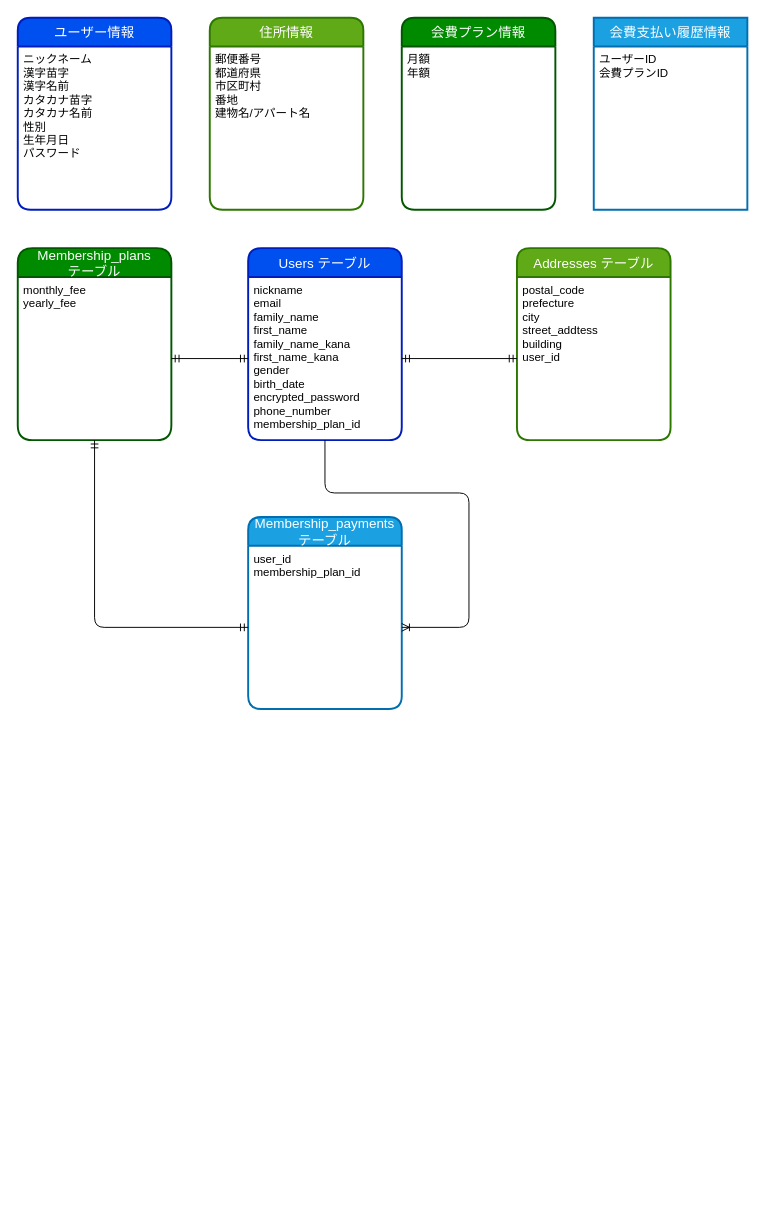
The draw.io diagram er.dio in ta-design2021/uh-fanclub, before the edit. Source tidied: cells renumbered, new cells numbered last; positions are measured from the earlier drawing's top-left corner, leaving out a move shared by most shapes. Both pictures are drawn from the tidied source at 96%, with x=0, y=0 at pixel (17, 17).
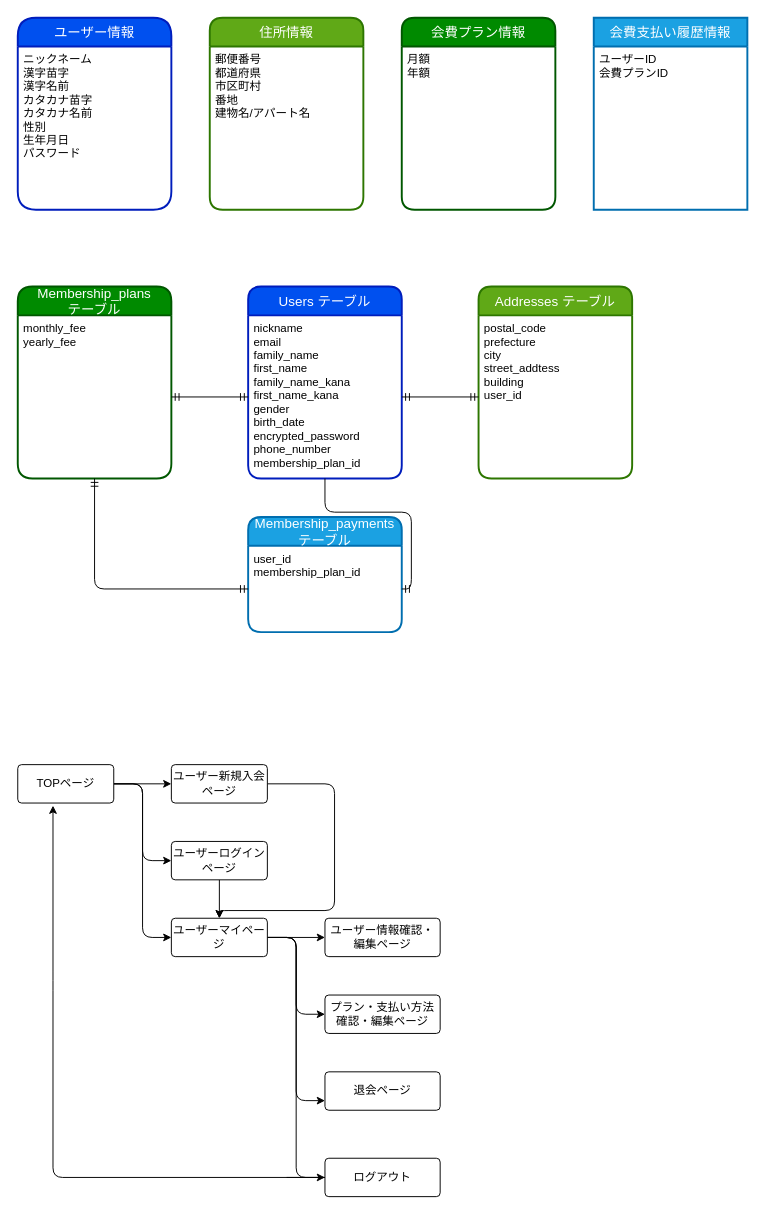
After the change.

Commit message:
画面遷移図作成

The change refers to these unchanged cells:
```xml
<mxCell id="11" value="nickname&#10;email&#10;family_name&#10;first_name&#10;family_name_kana&#10;first_name_kana&#10;gender&#10;birth_date&#10;encrypted_password&#10;phone_number&#10;membership_plan_id" style="align=left;strokeColor=none;fillColor=none;spacingLeft=4;fontSize=12;verticalAlign=top;" parent="10" vertex="1">
  <mxGeometry y="30" width="160" height="170" as="geometry" />
</mxCell>
<mxCell id="15" value="monthly_fee&#10;yearly_fee" style="align=left;strokeColor=none;fillColor=none;spacingLeft=4;fontSize=12;verticalAlign=top;" parent="14" vertex="1">
  <mxGeometry y="30" width="160" height="170" as="geometry" />
</mxCell>
```

What changed in the source:
```diff
@@
-    <mxCell id="4" value="ユーザー情報" style="swimlane;horizontal=1;startSize=30;rounded=1;fontSize=14;fontStyle=0;strokeWidth=2;shadow=0;dashed=0;align=center;fillColor=#0050ef;fontColor=#ffffff;strokeColor=#001DBC;" parent="1" vertex="1">
+    <mxCell id="4" value="ユーザー情報" style="swimlane;horizontal=1;startSize=30;rounded=1;fontSize=14;fontStyle=0;strokeWidth=2;shadow=0;dashed=0;align=center;fillColor=#0050ef;fontColor=#ffffff;strokeColor=#001DBC;arcSize=21;" parent="1" vertex="1">
       <mxGeometry width="160" height="200" as="geometry" />
     </mxCell>
@@
     <mxCell id="10" value="Users テーブル" style="swimlane;horizontal=1;startSize=30;rounded=1;fontSize=14;fontStyle=0;strokeWidth=2;shadow=0;dashed=0;align=center;fillColor=#0050ef;fontColor=#ffffff;strokeColor=#001DBC;" parent="1" vertex="1">
-      <mxGeometry x="240" y="240" width="160" height="200" as="geometry" />
+      <mxGeometry x="240" y="280" width="160" height="200" as="geometry" />
     </mxCell>
@@
     <mxCell id="12" value="Addresses テーブル" style="swimlane;horizontal=1;startSize=30;rounded=1;fontSize=14;fontStyle=0;strokeWidth=2;shadow=0;dashed=0;align=center;fillColor=#60a917;fontColor=#ffffff;strokeColor=#2D7600;" parent="1" vertex="1">
-      <mxGeometry x="520" y="240" width="160" height="200" as="geometry" />
+      <mxGeometry x="480" y="280" width="160" height="200" as="geometry" />
     </mxCell>
@@
     <mxCell id="14" value="Membership_plans&#10;テーブル" style="swimlane;horizontal=1;startSize=30;rounded=1;fontSize=14;fontStyle=0;strokeWidth=2;shadow=0;dashed=0;align=center;fillColor=#008a00;fontColor=#ffffff;strokeColor=#005700;arcSize=17;" parent="1" vertex="1">
-      <mxGeometry y="240" width="160" height="200" as="geometry" />
+      <mxGeometry y="280" width="160" height="200" as="geometry" />
     </mxCell>
@@
     <mxCell id="16" value="Membership_payments &#10;テーブル" style="swimlane;horizontal=1;startSize=30;rounded=1;fontSize=14;fontStyle=0;strokeWidth=2;shadow=0;dashed=0;align=center;fillColor=#1ba1e2;fontColor=#ffffff;strokeColor=#006EAF;" parent="1" vertex="1">
-      <mxGeometry x="240" y="520" width="160" height="200" as="geometry" />
+      <mxGeometry x="240" y="520" width="160" height="120" as="geometry" />
     </mxCell>
     <mxCell id="17" value="user_id&#10;membership_plan_id" style="align=left;strokeColor=none;fillColor=none;spacingLeft=4;fontSize=12;verticalAlign=top;" parent="16" vertex="1">
-      <mxGeometry y="30" width="160" height="170" as="geometry" />
+      <mxGeometry y="30" width="160" height="90" as="geometry" />
     </mxCell>
@@
+    <mxCell id="21" style="edgeStyle=orthogonalEdgeStyle;fontSize=12;html=1;endArrow=ERmandOne;startArrow=ERmandOne;entryX=0;entryY=0.5;entryDx=0;entryDy=0;exitX=0.5;exitY=1;exitDx=0;exitDy=0;" parent="1" edge="1" source="15" target="17">
+      <mxGeometry relative="1" as="geometry" />
+    </mxCell>
+    <mxCell id="22" style="edgeStyle=orthogonalEdgeStyle;html=1;exitX=1;exitY=0.5;exitDx=0;exitDy=0;entryX=0;entryY=0.5;entryDx=0;entryDy=0;" parent="1" edge="1" source="25" target="27">
+      <mxGeometry relative="1" as="geometry" />
+    </mxCell>
+    <mxCell id="23" style="edgeStyle=orthogonalEdgeStyle;html=1;exitX=1;exitY=0.5;exitDx=0;exitDy=0;entryX=0;entryY=0.5;entryDx=0;entryDy=0;" parent="1" edge="1" source="25" target="29">
+      <mxGeometry relative="1" as="geometry" />
+    </mxCell>
+    <mxCell id="24" style="edgeStyle=orthogonalEdgeStyle;html=1;exitX=1;exitY=0.5;exitDx=0;exitDy=0;entryX=0;entryY=0.5;entryDx=0;entryDy=0;" parent="1" edge="1" source="25" target="34">
+      <mxGeometry relative="1" as="geometry" />
+    </mxCell>
+    <mxCell id="25" value="TOPページ" style="rounded=1;arcSize=10;whiteSpace=wrap;html=1;align=center;" parent="1" vertex="1">
+      <mxGeometry y="778" width="100" height="40" as="geometry" />
+    </mxCell>
+    <mxCell id="26" style="edgeStyle=orthogonalEdgeStyle;html=1;exitX=1;exitY=0.5;exitDx=0;exitDy=0;entryX=0.5;entryY=0;entryDx=0;entryDy=0;" parent="1" edge="1" source="27" target="34">
+      <mxGeometry relative="1" as="geometry">
+        <Array as="points">
+          <mxPoint x="330" y="798" />
+          <mxPoint x="330" y="930" />
+          <mxPoint x="210" y="930" />
+        </Array>
+      </mxGeometry>
+    </mxCell>
+    <mxCell id="27" value="ユーザー新規入会ページ" style="rounded=1;arcSize=10;whiteSpace=wrap;html=1;align=center;" parent="1" vertex="1">
+      <mxGeometry x="160" y="778" width="100" height="40" as="geometry" />
+    </mxCell>
+    <mxCell id="28" style="edgeStyle=orthogonalEdgeStyle;html=1;entryX=0.5;entryY=0;entryDx=0;entryDy=0;" parent="1" edge="1" source="29" target="34">
+      <mxGeometry relative="1" as="geometry" />
+    </mxCell>
+    <mxCell id="29" value="ユーザーログインページ" style="rounded=1;arcSize=10;whiteSpace=wrap;html=1;align=center;" parent="1" vertex="1">
+      <mxGeometry x="160" y="858" width="100" height="40" as="geometry" />
+    </mxCell>
+    <mxCell id="30" style="edgeStyle=orthogonalEdgeStyle;html=1;exitX=1;exitY=0.5;exitDx=0;exitDy=0;entryX=0;entryY=0.5;entryDx=0;entryDy=0;" parent="1" edge="1" source="34" target="39">
+      <mxGeometry relative="1" as="geometry" />
+    </mxCell>
+    <mxCell id="31" style="edgeStyle=orthogonalEdgeStyle;html=1;exitX=1;exitY=0.5;exitDx=0;exitDy=0;entryX=0;entryY=0.5;entryDx=0;entryDy=0;" parent="1" edge="1" source="34" target="35">
+      <mxGeometry relative="1" as="geometry" />
+    </mxCell>
+    <mxCell id="32" style="edgeStyle=orthogonalEdgeStyle;html=1;exitX=1;exitY=0.5;exitDx=0;exitDy=0;entryX=0;entryY=0.5;entryDx=0;entryDy=0;" parent="1" edge="1" source="34" target="36">
+      <mxGeometry relative="1" as="geometry" />
+    </mxCell>
+    <mxCell id="33" style="edgeStyle=orthogonalEdgeStyle;html=1;exitX=1;exitY=0.5;exitDx=0;exitDy=0;entryX=0;entryY=0.75;entryDx=0;entryDy=0;" parent="1" edge="1" source="34" target="37">
+      <mxGeometry relative="1" as="geometry" />
+    </mxCell>
+    <mxCell id="34" value="ユーザーマイページ" style="rounded=1;arcSize=10;whiteSpace=wrap;html=1;align=center;" parent="1" vertex="1">
+      <mxGeometry x="160" y="938" width="100" height="40" as="geometry" />
+    </mxCell>
+    <mxCell id="35" value="ユーザー情報確認・編集ページ" style="rounded=1;arcSize=10;whiteSpace=wrap;html=1;align=center;" parent="1" vertex="1">
+      <mxGeometry x="320" y="938" width="120" height="40" as="geometry" />
+    </mxCell>
-    <mxCell id="20" style="edgeStyle=orthogonalEdgeStyle;fontSize=12;html=1;endArrow=ERoneToMany;exitX=0.5;exitY=1;exitDx=0;exitDy=0;entryX=1;entryY=0.5;entryDx=0;entryDy=0;" parent="1" edge="1" source="11" target="17">
-      <mxGeometry relative="1" as="geometry">
-        <Array as="points">
-          <mxPoint x="320" y="495" />
-          <mxPoint x="470" y="495" />
-          <mxPoint x="470" y="635" />
-        </Array>
-      </mxGeometry>
+    <mxCell id="20" style="edgeStyle=orthogonalEdgeStyle;fontSize=12;html=1;endArrow=ERmandOne;exitX=0.5;exitY=1;exitDx=0;exitDy=0;entryX=1;entryY=0.5;entryDx=0;entryDy=0;" parent="1" edge="1" source="11" target="17">
+      <mxGeometry relative="1" as="geometry" />
     </mxCell>
-    <mxCell id="21" style="edgeStyle=orthogonalEdgeStyle;fontSize=12;html=1;endArrow=ERmandOne;startArrow=ERmandOne;entryX=0;entryY=0.5;entryDx=0;entryDy=0;exitX=0.5;exitY=1;exitDx=0;exitDy=0;" parent="1" edge="1" source="15" target="17">
-      <mxGeometry relative="1" as="geometry" />
-    </mxCell>
+    <mxCell id="36" value="プラン・支払い方法確認・編集ページ" style="rounded=1;arcSize=10;whiteSpace=wrap;html=1;align=center;" parent="1" vertex="1">
+      <mxGeometry x="320" y="1018" width="120" height="40" as="geometry" />
+    </mxCell>
+    <mxCell id="37" value="退会ページ" style="rounded=1;arcSize=10;whiteSpace=wrap;html=1;align=center;" parent="1" vertex="1">
+      <mxGeometry x="320" y="1098" width="120" height="40" as="geometry" />
+    </mxCell>
+    <mxCell id="38" style="edgeStyle=orthogonalEdgeStyle;html=1;entryX=0.367;entryY=1.068;entryDx=0;entryDy=0;entryPerimeter=0;" parent="1" edge="1" source="39" target="25">
+      <mxGeometry relative="1" as="geometry" />
+    </mxCell>
+    <mxCell id="39" value="ログアウト" style="rounded=1;arcSize=10;whiteSpace=wrap;html=1;align=center;" parent="1" vertex="1">
+      <mxGeometry x="320" y="1188" width="120" height="40" as="geometry" />
+    </mxCell>
+    <mxCell id="40" style="endArrow=none;html=1;rounded=0;exitX=0;exitY=0.5;exitDx=0;exitDy=0;" parent="1" edge="1" source="39">
+      <mxGeometry relative="1" as="geometry">
+        <mxPoint x="280" y="1208" as="targetPoint" />
+      </mxGeometry>
+    </mxCell>
```
